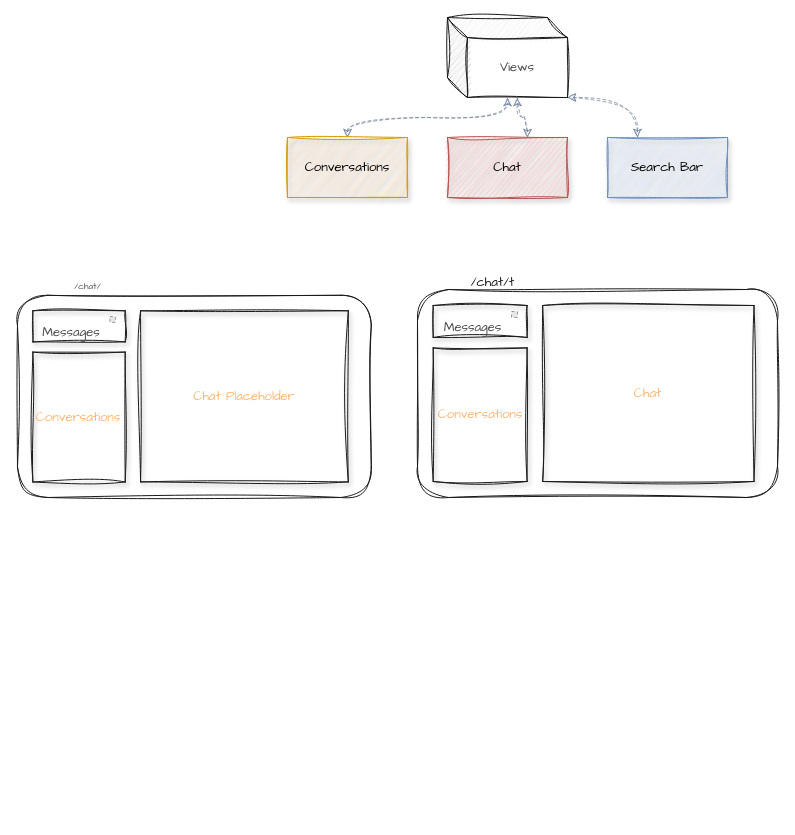
Earlier version of the draw.io diagram Diagram bez tytułu.drawio (MichalWalczuk/graphs-dev). Source tidied: cells renumbered, new cells numbered last; positions are measured from the earlier drawing's top-left corner, leaving out a move shared by most shapes. Both pictures are drawn from the tidied source at 100%, with x=0, y=0 at pixel (17, 17). Pictures stored in the file or linked from it are replaced by grey dashed boxes.
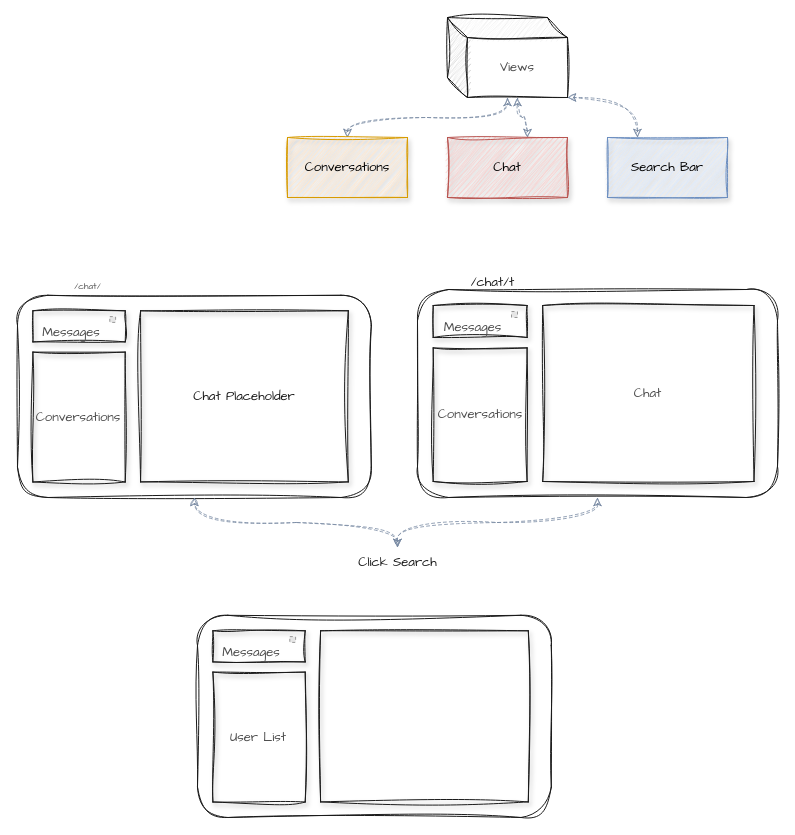
The same diagram, later.

Unchanged cells that the change refers to:
```xml
<mxCell id="9" style="group;" parent="1" vertex="1">
  <mxGeometry y="270" width="400" height="210" as="geometry" />
</mxCell>
<mxCell id="10" style="whiteSpace=wrap;html=1;rounded=1;shadow=0;glass=1;sketch=1;hachureGap=4;jiggle=2;fillStyle=zigzag;strokeColor=#1A1A1A;fontFamily=Architects Daughter;fontSize=13;fontColor=#4D4D4D;fillColor=none;" parent="9" vertex="1">
  <mxGeometry y="7.8" width="353.8" height="202.2" as="geometry" />
</mxCell>
<mxCell id="18" style="group;" parent="1" vertex="1">
  <mxGeometry x="400" y="260" width="360" height="220" as="geometry" />
</mxCell>
<mxCell id="19" style="whiteSpace=wrap;html=1;rounded=1;shadow=0;glass=1;sketch=1;hachureGap=4;jiggle=2;fillStyle=zigzag;strokeColor=#1A1A1A;fontFamily=Architects Daughter;fontSize=13;fontColor=#4D4D4D;fillColor=none;" parent="18" vertex="1">
  <mxGeometry y="12" width="360" height="208" as="geometry" />
</mxCell>
```

The edit, as a diff of the source:
```diff
@@
-    <mxCell id="11" value="&lt;font color=&quot;#FFB570&quot;&gt;Chat Placeholder&lt;/font&gt;" style="rounded=0;whiteSpace=wrap;html=1;shadow=1;glass=0;sketch=1;hachureGap=4;jiggle=2;fillStyle=zigzag;strokeColor=#1A1A1A;fontFamily=Architects Daughter;fontSize=13;fontColor=#4D4D4D;fillColor=none;" parent="9" vertex="1">
+    <mxCell id="11" value="&lt;font color=&quot;#1A1A1A&quot;&gt;Chat Placeholder&lt;/font&gt;" style="rounded=0;whiteSpace=wrap;html=1;shadow=1;glass=0;sketch=1;hachureGap=4;jiggle=2;fillStyle=zigzag;strokeColor=#1A1A1A;fontFamily=Architects Daughter;fontSize=13;fontColor=#4D4D4D;fillColor=none;" parent="9" vertex="1">
       <mxGeometry x="123.1" y="23.3" width="207.7" height="171.1" as="geometry" />
     </mxCell>
-    <mxCell id="12" value="&lt;font color=&quot;#FFB570&quot;&gt;Conversations&lt;/font&gt;" style="rounded=0;whiteSpace=wrap;html=1;shadow=1;glass=0;sketch=1;hachureGap=4;jiggle=2;fillStyle=zigzag;strokeColor=#1A1A1A;fontFamily=Architects Daughter;fontSize=13;fontColor=#4D4D4D;fillColor=none;" parent="9" vertex="1">
+    <mxCell id="12" value="Conversations" style="rounded=0;whiteSpace=wrap;html=1;shadow=1;glass=0;sketch=1;hachureGap=4;jiggle=2;fillStyle=zigzag;strokeColor=#1A1A1A;fontFamily=Architects Daughter;fontSize=13;fontColor=#4D4D4D;fillColor=none;" parent="9" vertex="1">
       <mxGeometry x="15.4" y="64.6" width="92.3" height="129.9" as="geometry" />
     </mxCell>
@@
-    <mxCell id="20" value="&lt;font color=&quot;#FFB570&quot;&gt;Chat&lt;/font&gt;" style="rounded=0;whiteSpace=wrap;html=1;shadow=1;glass=0;sketch=1;hachureGap=4;jiggle=2;fillStyle=zigzag;strokeColor=#1A1A1A;fontFamily=Architects Daughter;fontSize=13;fontColor=#4D4D4D;fillColor=none;" parent="18" vertex="1">
+    <mxCell id="20" value="Chat" style="rounded=0;whiteSpace=wrap;html=1;shadow=1;glass=0;sketch=1;hachureGap=4;jiggle=2;fillStyle=zigzag;strokeColor=#1A1A1A;fontFamily=Architects Daughter;fontSize=13;fontColor=#4D4D4D;fillColor=none;" parent="18" vertex="1">
       <mxGeometry x="125.2" y="28" width="211.3" height="176" as="geometry" />
     </mxCell>
-    <mxCell id="21" value="&lt;font color=&quot;#FFB570&quot;&gt;Conversations&lt;/font&gt;" style="rounded=0;whiteSpace=wrap;html=1;shadow=1;glass=0;sketch=1;hachureGap=4;jiggle=2;fillStyle=zigzag;strokeColor=#1A1A1A;fontFamily=Architects Daughter;fontSize=13;fontColor=#4D4D4D;fillColor=none;" parent="18" vertex="1">
+    <mxCell id="21" value="Conversations" style="rounded=0;whiteSpace=wrap;html=1;shadow=1;glass=0;sketch=1;hachureGap=4;jiggle=2;fillStyle=zigzag;strokeColor=#1A1A1A;fontFamily=Architects Daughter;fontSize=13;fontColor=#4D4D4D;fillColor=none;" parent="18" vertex="1">
       <mxGeometry x="15.7" y="70.4" width="93.9" height="133.6" as="geometry" />
     </mxCell>
@@
+    <mxCell id="27" style="edgeStyle=orthogonalEdgeStyle;curved=1;sketch=1;hachureGap=4;jiggle=2;jettySize=auto;html=1;entryX=0.5;entryY=1;entryDx=0;entryDy=0;dashed=1;strokeColor=#788AA3;fontFamily=Architects Daughter;fontSize=13;fontColor=#1A1A1A;startArrow=classic;startFill=1;endArrow=classic;endFill=1;fillColor=#B2C9AB;opacity=80;" parent="1" edge="1" source="29" target="10">
+      <mxGeometry relative="1" as="geometry" />
+    </mxCell>
+    <mxCell id="28" style="edgeStyle=orthogonalEdgeStyle;curved=1;sketch=1;hachureGap=4;jiggle=2;jettySize=auto;html=1;entryX=0.5;entryY=1;entryDx=0;entryDy=0;dashed=1;strokeColor=#788AA3;fontFamily=Architects Daughter;fontSize=13;fontColor=#1A1A1A;startArrow=classic;startFill=1;endArrow=classic;endFill=1;fillColor=#B2C9AB;opacity=80;" parent="1" edge="1" source="29" target="19">
+      <mxGeometry relative="1" as="geometry" />
+    </mxCell>
+    <mxCell id="29" value="Click Search" style="text;html=1;align=center;verticalAlign=middle;points=[];strokeColor=none;fillColor=none;fontSize=13;fontFamily=Architects Daughter;fontColor=#1A1A1A;sketch=1;hachureGap=4;jiggle=2;" parent="1" vertex="1">
+      <mxGeometry x="330" y="530" width="100" height="30" as="geometry" />
+    </mxCell>
+    <mxCell id="30" style="group;" parent="1" vertex="1">
+      <mxGeometry x="180" y="590" width="400" height="210" as="geometry" />
+    </mxCell>
+    <mxCell id="31" style="whiteSpace=wrap;html=1;rounded=1;shadow=0;glass=1;sketch=1;hachureGap=4;jiggle=2;fillStyle=zigzag;strokeColor=#1A1A1A;fontFamily=Architects Daughter;fontSize=13;fontColor=#4D4D4D;fillColor=none;" parent="30" vertex="1">
+      <mxGeometry y="7.8" width="353.8" height="202.2" as="geometry" />
+    </mxCell>
+    <mxCell id="32" style="rounded=0;whiteSpace=wrap;html=1;shadow=1;glass=0;sketch=1;hachureGap=4;jiggle=2;fillStyle=zigzag;strokeColor=#1A1A1A;fontFamily=Architects Daughter;fontSize=13;fontColor=#4D4D4D;fillColor=none;" parent="30" vertex="1">
+      <mxGeometry x="123.1" y="23.3" width="207.7" height="171.1" as="geometry" />
+    </mxCell>
+    <mxCell id="33" value="User List" style="rounded=0;whiteSpace=wrap;html=1;shadow=1;glass=0;sketch=1;hachureGap=4;jiggle=2;fillStyle=zigzag;strokeColor=#1A1A1A;fontFamily=Architects Daughter;fontSize=13;fontColor=#4D4D4D;fillColor=none;" parent="30" vertex="1">
+      <mxGeometry x="15.4" y="64.6" width="92.3" height="129.9" as="geometry" />
+    </mxCell>
+    <mxCell id="34" style="group;" parent="30" vertex="1">
+      <mxGeometry x="15.4" y="23.3" width="92.3" height="31.1" as="geometry" />
+    </mxCell>
+    <mxCell id="35" style="rounded=0;whiteSpace=wrap;html=1;shadow=1;glass=0;sketch=1;hachureGap=4;jiggle=2;fillStyle=zigzag;strokeColor=#1A1A1A;fontFamily=Architects Daughter;fontSize=13;fontColor=#4D4D4D;fillColor=none;" parent="34" vertex="1">
+      <mxGeometry width="92.3" height="31.1" as="geometry" />
+    </mxCell>
+    <mxCell id="36" style="fillColor=#E6E6E6;strokeColor=#999999;dashed=1;verticalLabelPosition=bottom;labelBackgroundColor=default;verticalAlign=top;" parent="34" vertex="1">
+      <mxGeometry x="76.9" y="5.8" width="5.8" height="5.8" as="geometry" />
+    </mxCell>
+    <mxCell id="37" value="&lt;font style=&quot;font-size: 13px;&quot;&gt;Messages&lt;/font&gt;" style="text;html=1;strokeColor=none;fillColor=none;align=center;verticalAlign=middle;whiteSpace=wrap;rounded=0;shadow=1;glass=0;sketch=1;hachureGap=4;jiggle=2;fillStyle=zigzag;fontFamily=Architects Daughter;fontSize=9;fontColor=#4D4D4D;" parent="34" vertex="1">
+      <mxGeometry x="7.7" y="11.7" width="61.5" height="19.4" as="geometry" />
+    </mxCell>
```
